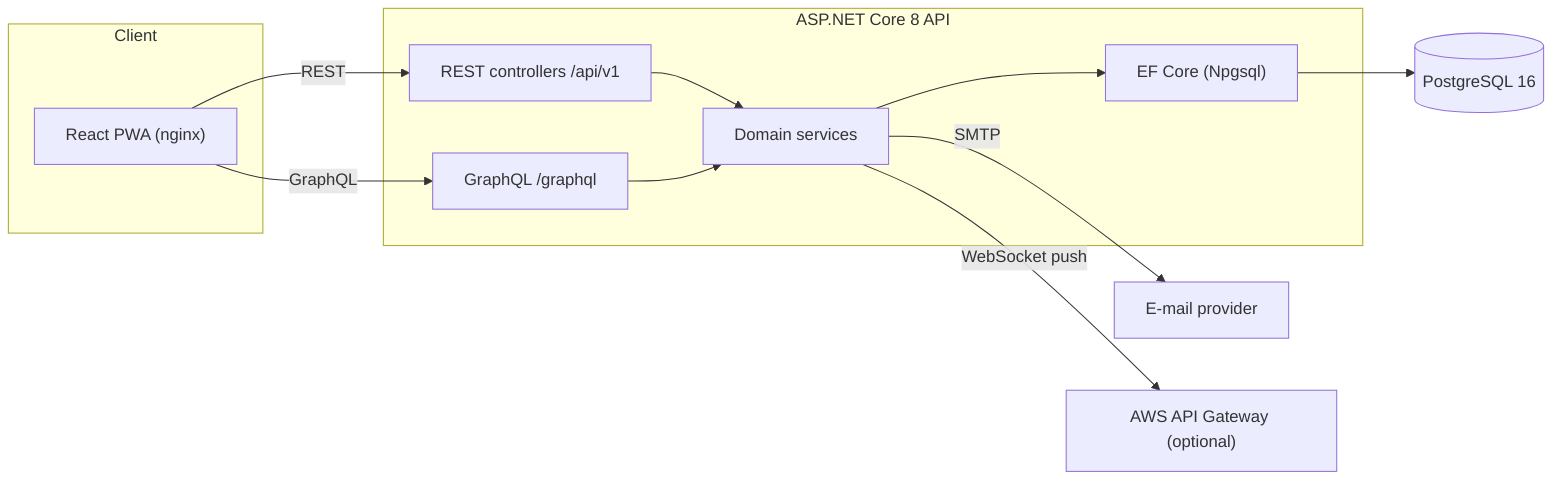
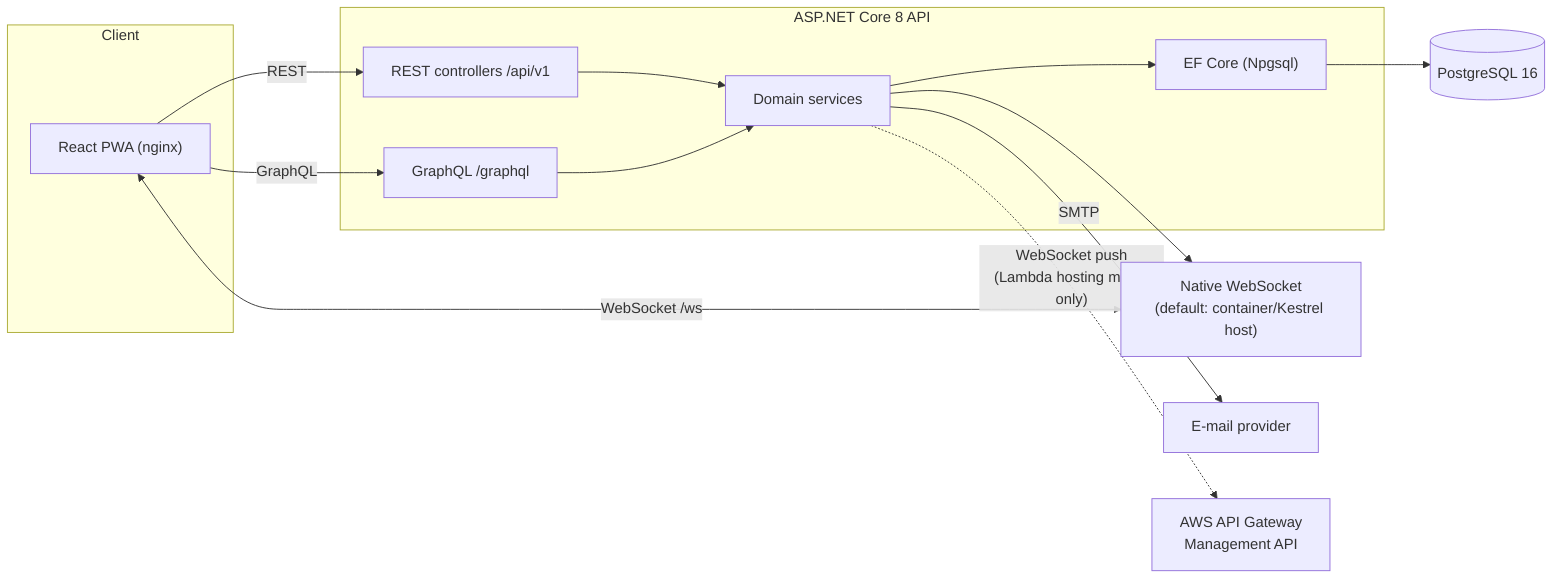
flowchart LR
    subgraph Client
        Browser["React PWA (nginx)"]
    end

    subgraph Backend["ASP.NET Core 8 API"]
        REST["REST controllers /api/v1"]
        GQL["GraphQL /graphql"]
        SVC["Domain services"]
        EF["EF Core (Npgsql)"]
        REST --> SVC
        GQL --> SVC
        SVC --> EF
    end

    Browser -->|REST| REST
    Browser -->|GraphQL| GQL
+     Browser <-->|"WebSocket /ws"| WS["Native WebSocket<br/>(default: container/Kestrel host)"]
+     SVC --> WS
    EF --> DB[("PostgreSQL 16")]
    SVC -->|SMTP| Mail["E-mail provider"]
-     SVC -->|WebSocket push| APIGW["AWS API Gateway (optional)"]
+     SVC -.->|"WebSocket push<br/>(Lambda hosting mode only)"| APIGW["AWS API Gateway<br/>Management API"]
